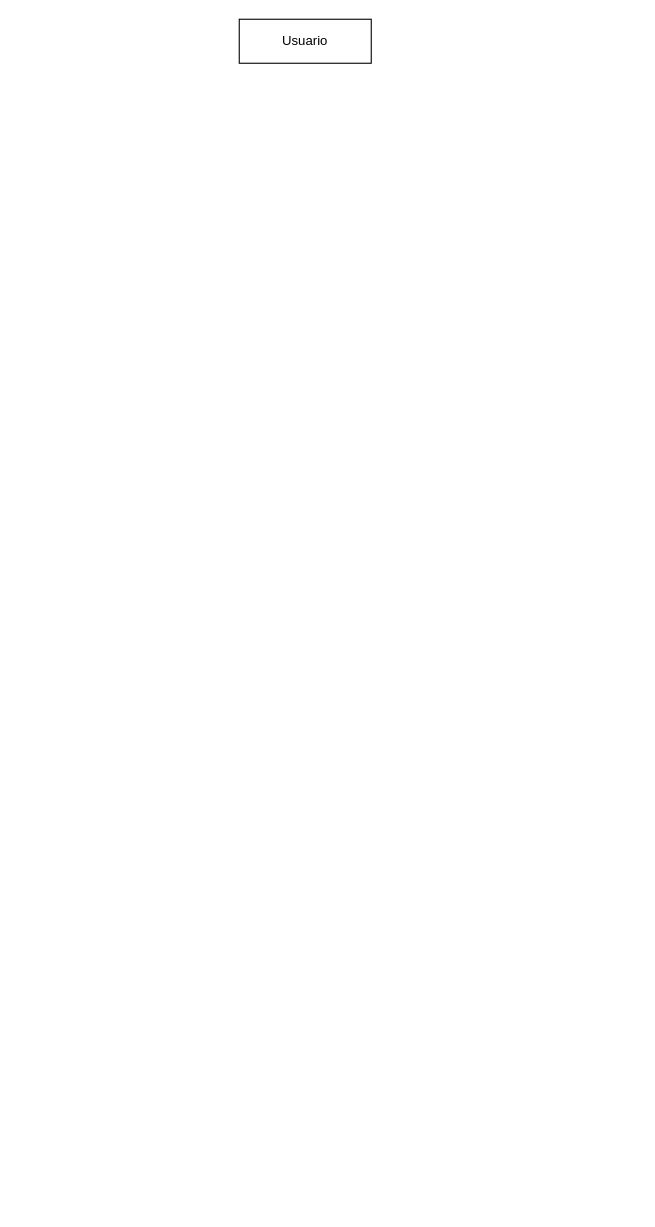
Earlier version of the draw.io diagram Diagrama de flujo de sistema de SKILL.drawio (alexisestradacamacho-png/gob-mx-accesibilidad-menu). Source tidied: cells renumbered, new cells numbered last; positions are measured from the earlier drawing's top-left corner, leaving out a move shared by most shapes. Both pictures are drawn from the tidied source at 110%, with x=0, y=0 at pixel (239, 19).
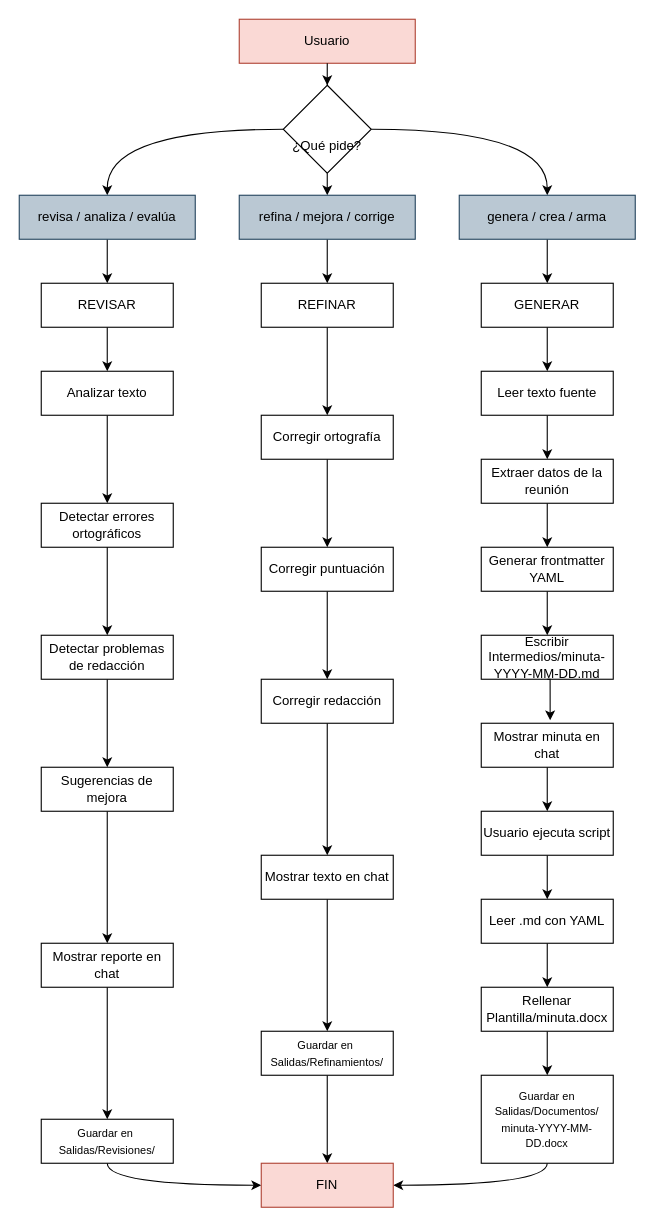
Above is the later version.

Diff of the diagram source:
```diff
@@
-    <mxCell id="2" value="Usuario" style="rounded=0;whiteSpace=wrap;html=1;" parent="1" vertex="1">
-      <mxGeometry width="120" height="40" as="geometry" />
+    <mxCell id="2" value="Usuario" style="rounded=0;whiteSpace=wrap;html=1;fillColor=#fad9d5;strokeColor=#ae4132;" parent="1" vertex="1">
+      <mxGeometry width="160" height="40" as="geometry" />
     </mxCell>
+    <mxCell id="3" style="edgeStyle=orthogonalEdgeStyle;rounded=0;jettySize=auto;html=1;exitX=0;exitY=0.5;exitDx=0;exitDy=0;entryX=0.5;entryY=0;entryDx=0;entryDy=0;curved=1;curveGeometry=1;" parent="1" edge="1" source="6" target="12">
+      <mxGeometry relative="1" as="geometry" />
+    </mxCell>
+    <mxCell id="4" style="edgeStyle=orthogonalEdgeStyle;rounded=0;jettySize=auto;html=1;exitX=0.5;exitY=1;exitDx=0;exitDy=0;entryX=0.5;entryY=0;entryDx=0;entryDy=0;" parent="1" edge="1" source="6" target="10">
+      <mxGeometry relative="1" as="geometry" />
+    </mxCell>
+    <mxCell id="5" style="edgeStyle=orthogonalEdgeStyle;rounded=0;jettySize=auto;html=1;exitX=1;exitY=0.5;exitDx=0;exitDy=0;entryX=0.5;entryY=0;entryDx=0;entryDy=0;curved=1;curveGeometry=1;" parent="1" edge="1" source="6" target="8">
+      <mxGeometry relative="1" as="geometry" />
+    </mxCell>
+    <mxCell id="6" value="&lt;div&gt;&lt;br&gt;&lt;/div&gt;&lt;div&gt;&lt;br&gt;&lt;/div&gt;&lt;div&gt;¿Qué pide?&lt;/div&gt;" style="rhombus;whiteSpace=wrap;html=1;shapeInside=1;" parent="1" vertex="1">
+      <mxGeometry x="40" y="60" width="80" height="80" as="geometry" />
+    </mxCell>
+    <mxCell id="7" style="edgeStyle=orthogonalEdgeStyle;rounded=0;jettySize=auto;html=1;exitX=0.5;exitY=1;exitDx=0;exitDy=0;entryX=0.5;entryY=0;entryDx=0;entryDy=0;" parent="1" edge="1" source="8" target="14">
+      <mxGeometry relative="1" as="geometry" />
+    </mxCell>
+    <mxCell id="8" value="genera / crea / arma" style="rounded=0;whiteSpace=wrap;html=1;fillColor=#bac8d3;strokeColor=#23445d;" parent="1" vertex="1">
+      <mxGeometry x="200" y="160" width="160" height="40" as="geometry" />
+    </mxCell>
+    <mxCell id="9" style="edgeStyle=orthogonalEdgeStyle;rounded=0;jettySize=auto;html=1;exitX=0.5;exitY=1;exitDx=0;exitDy=0;entryX=0.5;entryY=0;entryDx=0;entryDy=0;" parent="1" edge="1" source="10" target="33">
+      <mxGeometry relative="1" as="geometry" />
+    </mxCell>
+    <mxCell id="10" value="refina / mejora / corrige" style="rounded=0;whiteSpace=wrap;html=1;fillColor=#bac8d3;strokeColor=#23445d;" parent="1" vertex="1">
+      <mxGeometry y="160" width="160" height="40" as="geometry" />
+    </mxCell>
+    <mxCell id="11" style="edgeStyle=orthogonalEdgeStyle;rounded=0;jettySize=auto;html=1;exitX=0.5;exitY=1;exitDx=0;exitDy=0;entryX=0.5;entryY=0;entryDx=0;entryDy=0;" parent="1" edge="1" source="12" target="45">
+      <mxGeometry relative="1" as="geometry" />
+    </mxCell>
+    <mxCell id="12" value="revisa / analiza / evalúa" style="rounded=0;whiteSpace=wrap;html=1;fillColor=#bac8d3;strokeColor=#23445d;" parent="1" vertex="1">
+      <mxGeometry x="-200" y="160" width="160" height="40" as="geometry" />
+    </mxCell>
+    <mxCell id="13" style="edgeStyle=orthogonalEdgeStyle;rounded=0;jettySize=auto;html=1;exitX=0.5;exitY=1;exitDx=0;exitDy=0;entryX=0.5;entryY=0;entryDx=0;entryDy=0;" parent="1" edge="1" source="14" target="16">
+      <mxGeometry relative="1" as="geometry" />
+    </mxCell>
+    <mxCell id="14" value="GENERAR" style="rounded=0;whiteSpace=wrap;html=1;" parent="1" vertex="1">
+      <mxGeometry x="220" y="240" width="120" height="40" as="geometry" />
+    </mxCell>
+    <mxCell id="15" style="edgeStyle=orthogonalEdgeStyle;rounded=0;jettySize=auto;html=1;exitX=0.5;exitY=1;exitDx=0;exitDy=0;entryX=0.5;entryY=0;entryDx=0;entryDy=0;" parent="1" edge="1" source="16" target="18">
+      <mxGeometry relative="1" as="geometry" />
+    </mxCell>
+    <mxCell id="16" value="Leer texto fuente" style="rounded=0;whiteSpace=wrap;html=1;" parent="1" vertex="1">
+      <mxGeometry x="220" y="320" width="120" height="40" as="geometry" />
+    </mxCell>
+    <mxCell id="17" style="edgeStyle=orthogonalEdgeStyle;rounded=0;jettySize=auto;html=1;exitX=0.5;exitY=1;exitDx=0;exitDy=0;entryX=0.5;entryY=0;entryDx=0;entryDy=0;" parent="1" edge="1" source="18" target="20">
+      <mxGeometry relative="1" as="geometry" />
+    </mxCell>
+    <mxCell id="18" value="Extraer datos de la reunión" style="rounded=0;whiteSpace=wrap;html=1;" parent="1" vertex="1">
+      <mxGeometry x="220" y="400" width="120" height="40" as="geometry" />
+    </mxCell>
+    <mxCell id="19" style="edgeStyle=orthogonalEdgeStyle;rounded=0;jettySize=auto;html=1;exitX=0.5;exitY=1;exitDx=0;exitDy=0;entryX=0.5;entryY=0;entryDx=0;entryDy=0;" parent="1" edge="1" source="20" target="21">
+      <mxGeometry relative="1" as="geometry" />
+    </mxCell>
+    <mxCell id="20" value="Generar frontmatter YAML" style="rounded=0;whiteSpace=wrap;html=1;" parent="1" vertex="1">
+      <mxGeometry x="220" y="480" width="120" height="40" as="geometry" />
+    </mxCell>
+    <mxCell id="21" value="Escribir Intermedios/minuta-YYYY-MM-DD.md" style="rounded=0;whiteSpace=wrap;html=1;" parent="1" vertex="1">
+      <mxGeometry x="220" y="560" width="120" height="40" as="geometry" />
+    </mxCell>
+    <mxCell id="22" style="edgeStyle=orthogonalEdgeStyle;rounded=0;jettySize=auto;html=1;exitX=0.5;exitY=1;exitDx=0;exitDy=0;entryX=0.5;entryY=0;entryDx=0;entryDy=0;" parent="1" edge="1" source="23" target="25">
+      <mxGeometry relative="1" as="geometry" />
+    </mxCell>
+    <mxCell id="23" value="Mostrar minuta en chat" style="rounded=0;whiteSpace=wrap;html=1;" parent="1" vertex="1">
+      <mxGeometry x="220" y="640" width="120" height="40" as="geometry" />
+    </mxCell>
+    <mxCell id="24" style="edgeStyle=orthogonalEdgeStyle;rounded=0;jettySize=auto;html=1;exitX=0.5;exitY=1;exitDx=0;exitDy=0;entryX=0.5;entryY=0;entryDx=0;entryDy=0;" parent="1" edge="1" source="25" target="27">
+      <mxGeometry relative="1" as="geometry" />
+    </mxCell>
+    <mxCell id="25" value="Usuario ejecuta script" style="rounded=0;whiteSpace=wrap;html=1;" parent="1" vertex="1">
+      <mxGeometry x="220" y="720" width="120" height="40" as="geometry" />
+    </mxCell>
+    <mxCell id="26" style="edgeStyle=orthogonalEdgeStyle;rounded=0;jettySize=auto;html=1;exitX=0.5;exitY=1;exitDx=0;exitDy=0;entryX=0.5;entryY=0;entryDx=0;entryDy=0;" parent="1" edge="1" source="27" target="29">
+      <mxGeometry relative="1" as="geometry" />
+    </mxCell>
+    <mxCell id="27" value="Leer .md con YAML" style="rounded=0;whiteSpace=wrap;html=1;" parent="1" vertex="1">
+      <mxGeometry x="220" y="800" width="120" height="40" as="geometry" />
+    </mxCell>
+    <mxCell id="28" style="edgeStyle=orthogonalEdgeStyle;rounded=0;jettySize=auto;html=1;exitX=0.5;exitY=1;exitDx=0;exitDy=0;entryX=0.5;entryY=0;entryDx=0;entryDy=0;" parent="1" edge="1" source="29" target="31">
+      <mxGeometry relative="1" as="geometry" />
+    </mxCell>
+    <mxCell id="29" value="Rellenar Plantilla/minuta.docx" style="rounded=0;whiteSpace=wrap;html=1;" parent="1" vertex="1">
+      <mxGeometry x="220" y="880" width="120" height="40" as="geometry" />
+    </mxCell>
+    <mxCell id="30" style="edgeStyle=orthogonalEdgeStyle;rounded=0;jettySize=auto;html=1;exitX=0.5;exitY=1;exitDx=0;exitDy=0;entryX=1;entryY=0.5;entryDx=0;entryDy=0;curved=1;curveGeometry=1;" parent="1" edge="1" source="31" target="57">
+      <mxGeometry relative="1" as="geometry" />
+    </mxCell>
+    <mxCell id="31" value="&lt;font style=&quot;font-size: 10px;&quot;&gt;Guardar en Salidas/Documentos/&lt;/font&gt;&lt;div&gt;&lt;font style=&quot;font-size: 10px;&quot;&gt;minuta-YYYY-MM-DD.docx&lt;/font&gt;&lt;/div&gt;" style="rounded=0;whiteSpace=wrap;html=1;" parent="1" vertex="1">
+      <mxGeometry x="220" y="960" width="120" height="80" as="geometry" />
+    </mxCell>
+    <mxCell id="32" style="edgeStyle=orthogonalEdgeStyle;rounded=0;jettySize=auto;html=1;exitX=0.5;exitY=1;exitDx=0;exitDy=0;entryX=0.5;entryY=0;entryDx=0;entryDy=0;" parent="1" edge="1" source="33" target="35">
+      <mxGeometry relative="1" as="geometry" />
+    </mxCell>
+    <mxCell id="33" value="REFINAR" style="rounded=0;whiteSpace=wrap;html=1;" parent="1" vertex="1">
+      <mxGeometry x="20" y="240" width="120" height="40" as="geometry" />
+    </mxCell>
+    <mxCell id="34" style="edgeStyle=orthogonalEdgeStyle;rounded=0;jettySize=auto;html=1;exitX=0.5;exitY=1;exitDx=0;exitDy=0;entryX=0.5;entryY=0;entryDx=0;entryDy=0;" parent="1" edge="1" source="35" target="37">
+      <mxGeometry relative="1" as="geometry" />
+    </mxCell>
+    <mxCell id="35" value="Corregir ortografía" style="rounded=0;whiteSpace=wrap;html=1;" parent="1" vertex="1">
+      <mxGeometry x="20" y="360" width="120" height="40" as="geometry" />
+    </mxCell>
+    <mxCell id="36" style="edgeStyle=orthogonalEdgeStyle;rounded=0;jettySize=auto;html=1;exitX=0.5;exitY=1;exitDx=0;exitDy=0;entryX=0.5;entryY=0;entryDx=0;entryDy=0;" parent="1" edge="1" source="37" target="39">
+      <mxGeometry relative="1" as="geometry" />
+    </mxCell>
+    <mxCell id="37" value="Corregir puntuación" style="rounded=0;whiteSpace=wrap;html=1;" parent="1" vertex="1">
+      <mxGeometry x="20" y="480" width="120" height="40" as="geometry" />
+    </mxCell>
+    <mxCell id="38" style="edgeStyle=orthogonalEdgeStyle;rounded=0;jettySize=auto;html=1;exitX=0.5;exitY=1;exitDx=0;exitDy=0;entryX=0.5;entryY=0;entryDx=0;entryDy=0;" parent="1" edge="1" source="39" target="41">
+      <mxGeometry relative="1" as="geometry" />
+    </mxCell>
+    <mxCell id="39" value="Corregir redacción" style="rounded=0;whiteSpace=wrap;html=1;" parent="1" vertex="1">
+      <mxGeometry x="20" y="600" width="120" height="40" as="geometry" />
+    </mxCell>
+    <mxCell id="40" style="edgeStyle=orthogonalEdgeStyle;rounded=0;jettySize=auto;html=1;exitX=0.5;exitY=1;exitDx=0;exitDy=0;entryX=0.5;entryY=0;entryDx=0;entryDy=0;" parent="1" edge="1" source="41" target="43">
+      <mxGeometry relative="1" as="geometry" />
+    </mxCell>
+    <mxCell id="41" value="Mostrar texto en chat" style="rounded=0;whiteSpace=wrap;html=1;" parent="1" vertex="1">
+      <mxGeometry x="20" y="760" width="120" height="40" as="geometry" />
+    </mxCell>
+    <mxCell id="42" style="edgeStyle=orthogonalEdgeStyle;rounded=0;jettySize=auto;html=1;exitX=0.5;exitY=1;exitDx=0;exitDy=0;entryX=0.5;entryY=0;entryDx=0;entryDy=0;" parent="1" edge="1" source="43" target="57">
+      <mxGeometry relative="1" as="geometry" />
+    </mxCell>
+    <mxCell id="43" value="&lt;font style=&quot;font-size: 10px;&quot;&gt;Guardar en&amp;nbsp;&lt;/font&gt;&lt;div&gt;&lt;font style=&quot;font-size: 10px;&quot;&gt;Salidas/Refinamientos/&lt;/font&gt;&lt;/div&gt;" style="rounded=0;whiteSpace=wrap;html=1;" parent="1" vertex="1">
+      <mxGeometry x="20" y="920" width="120" height="40" as="geometry" />
+    </mxCell>
+    <mxCell id="44" style="edgeStyle=orthogonalEdgeStyle;rounded=0;jettySize=auto;html=1;exitX=0.5;exitY=1;exitDx=0;exitDy=0;entryX=0.5;entryY=0;entryDx=0;entryDy=0;" parent="1" edge="1" source="45" target="47">
+      <mxGeometry relative="1" as="geometry" />
+    </mxCell>
+    <mxCell id="45" value="REVISAR" style="rounded=0;whiteSpace=wrap;html=1;" parent="1" vertex="1">
+      <mxGeometry x="-180" y="240" width="120" height="40" as="geometry" />
+    </mxCell>
+    <mxCell id="46" style="edgeStyle=orthogonalEdgeStyle;rounded=0;jettySize=auto;html=1;exitX=0.5;exitY=1;exitDx=0;exitDy=0;entryX=0.5;entryY=0;entryDx=0;entryDy=0;" parent="1" edge="1" source="47" target="48">
+      <mxGeometry relative="1" as="geometry" />
+    </mxCell>
+    <mxCell id="47" value="Analizar texto" style="rounded=0;whiteSpace=wrap;html=1;" parent="1" vertex="1">
+      <mxGeometry x="-180" y="320" width="120" height="40" as="geometry" />
+    </mxCell>
+    <mxCell id="48" value="Detectar errores ortográficos" style="rounded=0;whiteSpace=wrap;html=1;" parent="1" vertex="1">
+      <mxGeometry x="-180" y="440" width="120" height="40" as="geometry" />
+    </mxCell>
+    <mxCell id="49" style="edgeStyle=orthogonalEdgeStyle;rounded=0;jettySize=auto;html=1;exitX=0.5;exitY=1;exitDx=0;exitDy=0;entryX=0.5;entryY=0;entryDx=0;entryDy=0;" parent="1" edge="1" source="50" target="52">
+      <mxGeometry relative="1" as="geometry" />
+    </mxCell>
+    <mxCell id="50" value="Detectar problemas de redacción" style="rounded=0;whiteSpace=wrap;html=1;" parent="1" vertex="1">
+      <mxGeometry x="-180" y="560" width="120" height="40" as="geometry" />
+    </mxCell>
+    <mxCell id="51" style="edgeStyle=orthogonalEdgeStyle;rounded=0;jettySize=auto;html=1;exitX=0.5;exitY=1;exitDx=0;exitDy=0;entryX=0.5;entryY=0;entryDx=0;entryDy=0;" parent="1" edge="1" source="52" target="54">
+      <mxGeometry relative="1" as="geometry" />
+    </mxCell>
+    <mxCell id="52" value="Sugerencias de mejora" style="rounded=0;whiteSpace=wrap;html=1;" parent="1" vertex="1">
+      <mxGeometry x="-180" y="680" width="120" height="40" as="geometry" />
+    </mxCell>
+    <mxCell id="53" style="edgeStyle=orthogonalEdgeStyle;rounded=0;jettySize=auto;html=1;exitX=0.5;exitY=1;exitDx=0;exitDy=0;entryX=0.5;entryY=0;entryDx=0;entryDy=0;" parent="1" edge="1" source="54" target="56">
+      <mxGeometry relative="1" as="geometry" />
+    </mxCell>
+    <mxCell id="54" value="Mostrar reporte en chat" style="rounded=0;whiteSpace=wrap;html=1;" parent="1" vertex="1">
+      <mxGeometry x="-180" y="840" width="120" height="40" as="geometry" />
+    </mxCell>
+    <mxCell id="55" style="edgeStyle=orthogonalEdgeStyle;rounded=0;jettySize=auto;html=1;exitX=0.5;exitY=1;exitDx=0;exitDy=0;entryX=0;entryY=0.5;entryDx=0;entryDy=0;curved=1;curveGeometry=1;" parent="1" edge="1" source="56" target="57">
+      <mxGeometry relative="1" as="geometry" />
+    </mxCell>
+    <mxCell id="56" value="&lt;font style=&quot;font-size: 10px;&quot;&gt;Guardar en&amp;nbsp;&lt;/font&gt;&lt;div&gt;&lt;font style=&quot;font-size: 10px;&quot;&gt;Salidas/Revisiones/&lt;/font&gt;&lt;/div&gt;" style="rounded=0;whiteSpace=wrap;html=1;" parent="1" vertex="1">
+      <mxGeometry x="-180" y="1000" width="120" height="40" as="geometry" />
+    </mxCell>
+    <mxCell id="57" value="FIN" style="rounded=0;whiteSpace=wrap;html=1;fillColor=#fad9d5;strokeColor=#ae4132;" parent="1" vertex="1">
+      <mxGeometry x="20" y="1040" width="120" height="40" as="geometry" />
+    </mxCell>
+    <mxCell id="58" style="edgeStyle=orthogonalEdgeStyle;rounded=0;jettySize=auto;html=1;entryX=0.5;entryY=0;entryDx=0;entryDy=0;" parent="1" edge="1" source="2" target="6">
+      <mxGeometry relative="1" as="geometry" />
+    </mxCell>
+    <mxCell id="59" style="edgeStyle=orthogonalEdgeStyle;rounded=0;jettySize=auto;html=1;exitX=0.5;exitY=1;exitDx=0;exitDy=0;entryX=0.5;entryY=0;entryDx=0;entryDy=0;" parent="1" edge="1" source="48" target="50">
+      <mxGeometry relative="1" as="geometry" />
+    </mxCell>
+    <mxCell id="60" style="edgeStyle=orthogonalEdgeStyle;rounded=0;jettySize=auto;html=1;exitX=0.5;exitY=1;exitDx=0;exitDy=0;entryX=0.522;entryY=-0.066;entryDx=0;entryDy=0;entryPerimeter=0;" parent="1" edge="1" source="21" target="23">
+      <mxGeometry relative="1" as="geometry" />
+    </mxCell>
```
